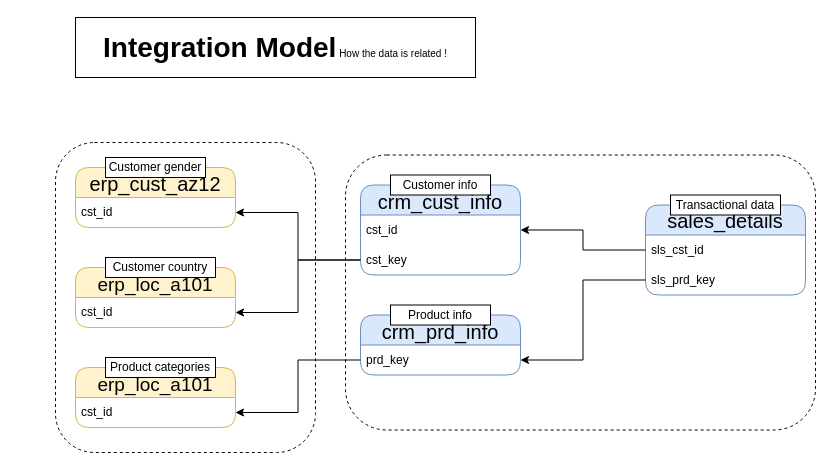
Above: design/Integration_model.drawio in Sampathkumar6/sql_data_warehouse_project (draw.io), before the change. Source tidied: cells renumbered, new cells numbered last; positions are measured from the earlier drawing's top-left corner, leaving out a move shared by most shapes. Both pictures are drawn from the tidied source at 100%, with x=0, y=0 at pixel (55, 17).
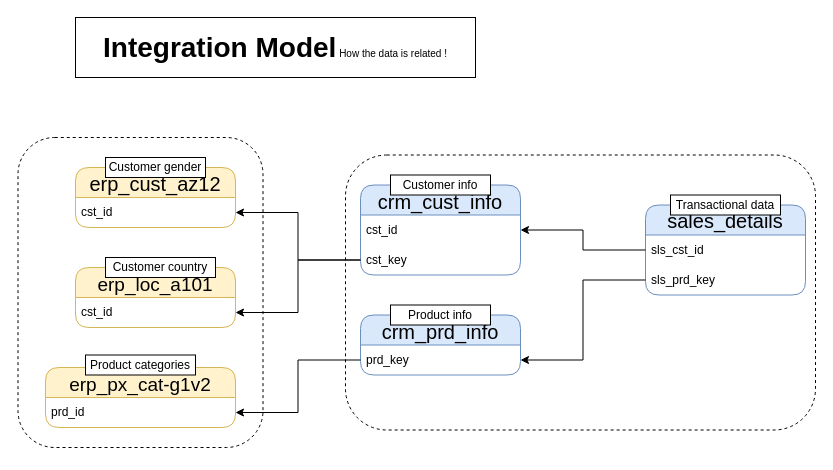
After the change.

What changed in the source:
```diff
@@
-    <mxCell id="24" value="&lt;font style=&quot;font-size: 19px;&quot;&gt;&lt;font style=&quot;&quot;&gt;&lt;font style=&quot;&quot;&gt;erp_&lt;/font&gt;&lt;/font&gt;&lt;font face=&quot;Cascadia Mono&quot; style=&quot;&quot;&gt;loc_a101&lt;/font&gt;&lt;/font&gt;" style="swimlane;fontStyle=0;horizontal=1;startSize=30;whiteSpace=wrap;html=1;rounded=1;fillColor=#fff2cc;strokeColor=#d6b656;fontSize=26;" parent="1" vertex="1">
-      <mxGeometry x="20" y="350" width="160" height="60" as="geometry" />
+    <mxCell id="24" value="&lt;font style=&quot;font-size: 19px;&quot;&gt;&lt;font style=&quot;&quot;&gt;&lt;font style=&quot;&quot;&gt;erp_&lt;/font&gt;&lt;/font&gt;&lt;font face=&quot;Cascadia Mono&quot; style=&quot;&quot;&gt;px_cat-g1v2&lt;/font&gt;&lt;/font&gt;" style="swimlane;fontStyle=0;horizontal=1;startSize=30;whiteSpace=wrap;html=1;rounded=1;fillColor=#fff2cc;strokeColor=#d6b656;fontSize=26;" parent="1" vertex="1">
+      <mxGeometry x="-10" y="350" width="190" height="60" as="geometry" />
     </mxCell>
-    <mxCell id="25" value="cst_id" style="text;strokeColor=none;fillColor=none;align=left;verticalAlign=middle;spacingLeft=4;spacingRight=4;overflow=hidden;points=[[0,0.5],[1,0.5]];portConstraint=eastwest;whiteSpace=wrap;html=1;" parent="24" vertex="1">
-      <mxGeometry y="30" width="160" height="30" as="geometry" />
+    <mxCell id="25" value="prd_id" style="text;strokeColor=none;fillColor=none;align=left;verticalAlign=middle;spacingLeft=4;spacingRight=4;overflow=hidden;points=[[0,0.5],[1,0.5]];portConstraint=eastwest;whiteSpace=wrap;html=1;" parent="24" vertex="1">
+      <mxGeometry y="30" width="190" height="30" as="geometry" />
     </mxCell>
     <mxCell id="26" value="Product categories" style="rounded=0;whiteSpace=wrap;html=1;" parent="1" vertex="1">
-      <mxGeometry x="50" y="340" width="110" height="20" as="geometry" />
+      <mxGeometry x="30" y="337.5" width="110" height="20" as="geometry" />
     </mxCell>
@@
     <mxCell id="29" style="rounded=1;whiteSpace=wrap;html=1;fillColor=none;dashed=1;" parent="1" vertex="1">
-      <mxGeometry y="125" width="260" height="310" as="geometry" />
+      <mxGeometry x="-37.5" y="120" width="245" height="310" as="geometry" />
     </mxCell>
```
